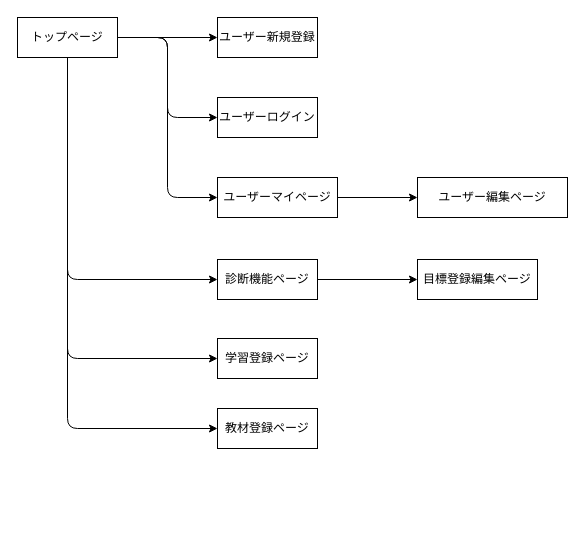
This is screen.dio from MashiKimura/learning, a draw.io file, before an edit. Source tidied: cells renumbered, new cells numbered last; positions are measured from the earlier drawing's top-left corner, leaving out a move shared by most shapes. Both pictures are drawn from the tidied source at 100%, with x=0, y=0 at pixel (17, 17).
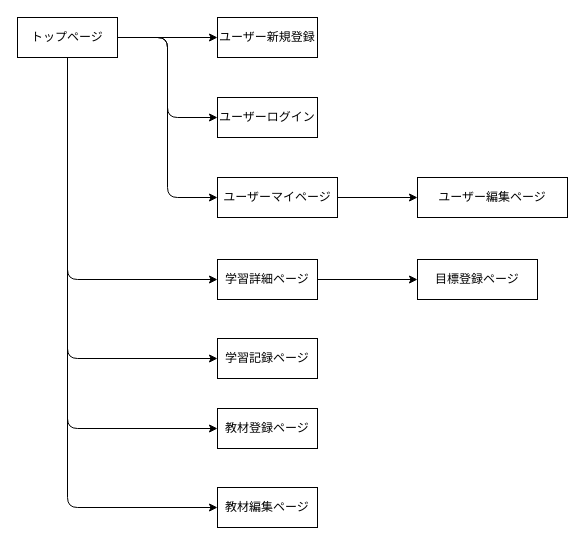
After the change.

Commit message:
画面遷移図　修正

Unchanged cells that the change refers to:
```xml
<mxCell id="7" value="トップページ" style="rounded=1;arcSize=0;whiteSpace=wrap;html=1;align=center;" parent="1" vertex="1">
  <mxGeometry width="100" height="40" as="geometry" />
</mxCell>
```

Diff of the diagram source:
```diff
@@
+    <mxCell id="19" style="edgeStyle=orthogonalEdgeStyle;html=1;exitX=0.5;exitY=1;exitDx=0;exitDy=0;entryX=0;entryY=0.5;entryDx=0;entryDy=0;" parent="1" edge="1" source="7" target="20">
+      <mxGeometry relative="1" as="geometry" />
+    </mxCell>
@@
-    <mxCell id="14" value="診断機能ページ" style="whiteSpace=wrap;html=1;align=center;" parent="1" vertex="1">
+    <mxCell id="14" value="学習詳細ページ" style="whiteSpace=wrap;html=1;align=center;" parent="1" vertex="1">
       <mxGeometry x="200" y="242" width="100" height="40" as="geometry" />
     </mxCell>
-    <mxCell id="15" value="目標登録編集ページ" style="whiteSpace=wrap;html=1;align=center;" parent="1" vertex="1">
+    <mxCell id="15" value="目標登録ページ" style="whiteSpace=wrap;html=1;align=center;" parent="1" vertex="1">
       <mxGeometry x="400" y="242" width="120" height="40" as="geometry" />
     </mxCell>
-    <mxCell id="16" value="学習登録ページ" style="whiteSpace=wrap;html=1;align=center;" parent="1" vertex="1">
+    <mxCell id="16" value="学習記録ページ" style="whiteSpace=wrap;html=1;align=center;" parent="1" vertex="1">
       <mxGeometry x="200" y="321" width="100" height="40" as="geometry" />
     </mxCell>
@@
+    <mxCell id="20" value="教材編集ページ" style="rounded=0;whiteSpace=wrap;html=1;" parent="1" vertex="1">
+      <mxGeometry x="200" y="470" width="100" height="40" as="geometry" />
+    </mxCell>
```
